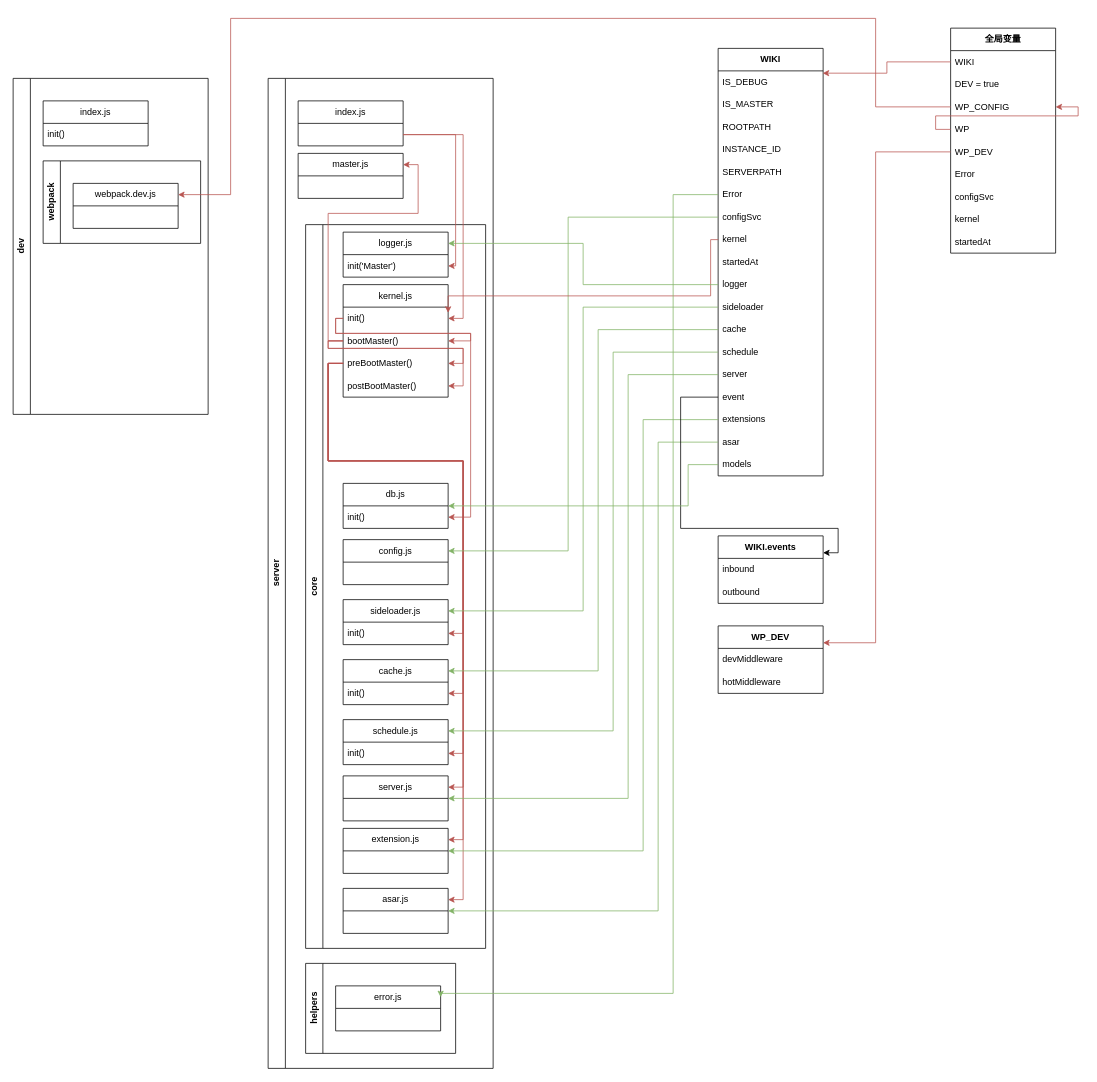
This is wiki.drawio from fzo-China/leranGit, a draw.io file, before an edit. Source tidied: cells renumbered, new cells numbered last; positions are measured from the earlier drawing's top-left corner, leaving out a move shared by most shapes. Both pictures are drawn from the tidied source at 75%, with x=0, y=0 at pixel (13, 18).
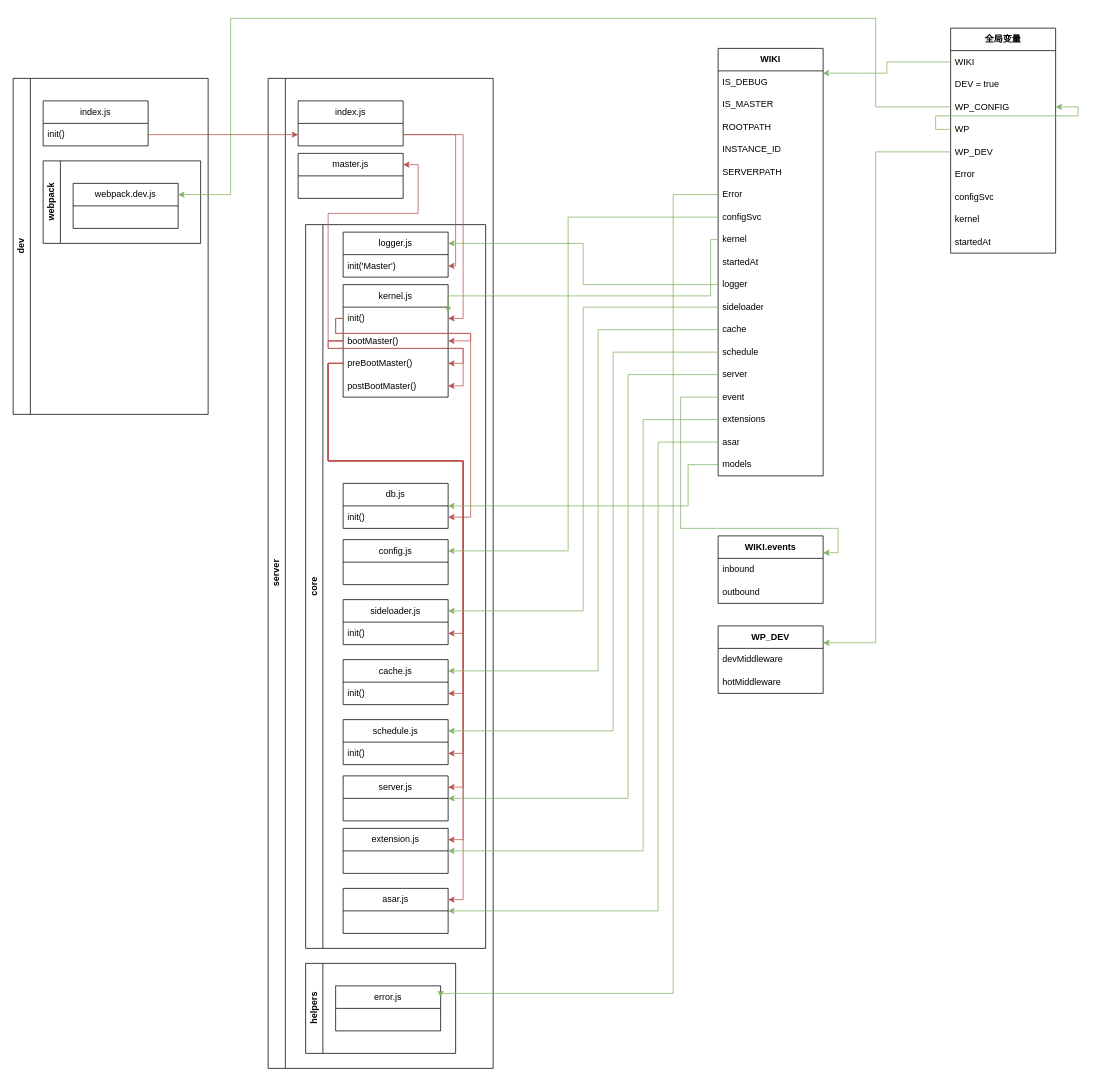
After the change.

Unchanged cells that the change refers to:
```xml
<mxCell id="4" value="init()" style="text;strokeColor=none;fillColor=none;align=left;verticalAlign=middle;spacingLeft=4;spacingRight=4;overflow=hidden;points=[[0,0.5],[1,0.5]];portConstraint=eastwest;whiteSpace=wrap;html=1;" parent="3" vertex="1">
  <mxGeometry y="30" width="140" height="30" as="geometry" />
</mxCell>
<mxCell id="6" value="webpack.dev.js" style="swimlane;fontStyle=0;horizontal=1;startSize=30;whiteSpace=wrap;html=1;" parent="5" vertex="1">
  <mxGeometry x="40" y="30" width="140" height="60" as="geometry" />
</mxCell>
<mxCell id="8" value="index.js" style="swimlane;fontStyle=0;horizontal=1;startSize=30;whiteSpace=wrap;html=1;" parent="7" vertex="1">
  <mxGeometry x="40" y="30" width="140" height="60" as="geometry" />
</mxCell>
<mxCell id="12" value="kernel.js" style="swimlane;fontStyle=0;horizontal=1;startSize=30;whiteSpace=wrap;html=1;" parent="9" vertex="1">
  <mxGeometry x="50" y="80" width="140" height="150" as="geometry" />
</mxCell>
<mxCell id="46" value="&lt;b style=&quot;text-align: left;&quot;&gt;WIKI&lt;/b&gt;" style="swimlane;fontStyle=0;horizontal=1;startSize=30;whiteSpace=wrap;html=1;" parent="1" vertex="1">
  <mxGeometry x="940" y="40" width="140" height="570" as="geometry" />
</mxCell>
<mxCell id="54" value="kernel" style="text;strokeColor=none;fillColor=none;align=left;verticalAlign=middle;spacingLeft=4;spacingRight=4;overflow=hidden;points=[[0,0.5],[1,0.5]];portConstraint=eastwest;whiteSpace=wrap;html=1;" parent="46" vertex="1">
  <mxGeometry y="240" width="140" height="30" as="geometry" />
</mxCell>
<mxCell id="61" value="event" style="text;strokeColor=none;fillColor=none;align=left;verticalAlign=middle;spacingLeft=4;spacingRight=4;overflow=hidden;points=[[0,0.5],[1,0.5]];portConstraint=eastwest;whiteSpace=wrap;html=1;" parent="46" vertex="1">
  <mxGeometry y="450" width="140" height="30" as="geometry" />
</mxCell>
<mxCell id="67" value="&lt;b style=&quot;text-align: left;&quot;&gt;全局变量&lt;/b&gt;" style="swimlane;fontStyle=0;horizontal=1;startSize=30;whiteSpace=wrap;html=1;" parent="1" vertex="1">
  <mxGeometry x="1250" y="13" width="140" height="300" as="geometry" />
</mxCell>
<mxCell id="68" value="WIKI" style="text;strokeColor=none;fillColor=none;align=left;verticalAlign=middle;spacingLeft=4;spacingRight=4;overflow=hidden;points=[[0,0.5],[1,0.5]];portConstraint=eastwest;whiteSpace=wrap;html=1;" parent="67" vertex="1">
  <mxGeometry y="30" width="140" height="30" as="geometry" />
</mxCell>
<mxCell id="70" value="WP_CONFIG" style="text;strokeColor=none;fillColor=none;align=left;verticalAlign=middle;spacingLeft=4;spacingRight=4;overflow=hidden;points=[[0,0.5],[1,0.5]];portConstraint=eastwest;whiteSpace=wrap;html=1;" parent="67" vertex="1">
  <mxGeometry y="90" width="140" height="30" as="geometry" />
</mxCell>
<mxCell id="72" value="WP" style="text;strokeColor=none;fillColor=none;align=left;verticalAlign=middle;spacingLeft=4;spacingRight=4;overflow=hidden;points=[[0,0.5],[1,0.5]];portConstraint=eastwest;whiteSpace=wrap;html=1;" parent="67" vertex="1">
  <mxGeometry y="120" width="140" height="30" as="geometry" />
</mxCell>
<mxCell id="73" value="WP_DEV" style="text;strokeColor=none;fillColor=none;align=left;verticalAlign=middle;spacingLeft=4;spacingRight=4;overflow=hidden;points=[[0,0.5],[1,0.5]];portConstraint=eastwest;whiteSpace=wrap;html=1;" parent="67" vertex="1">
  <mxGeometry y="150" width="140" height="30" as="geometry" />
</mxCell>
<mxCell id="81" value="&lt;b style=&quot;text-align: left;&quot;&gt;WP_DEV&lt;/b&gt;" style="swimlane;fontStyle=0;horizontal=1;startSize=30;whiteSpace=wrap;html=1;" parent="1" vertex="1">
  <mxGeometry x="940" y="810" width="140" height="90" as="geometry" />
</mxCell>
<mxCell id="92" value="&lt;div style=&quot;text-align: left;&quot;&gt;&lt;span style=&quot;background-color: initial;&quot;&gt;&lt;b&gt;WIKI.events&lt;/b&gt;&lt;/span&gt;&lt;/div&gt;" style="swimlane;fontStyle=0;horizontal=1;startSize=30;whiteSpace=wrap;html=1;" parent="1" vertex="1">
  <mxGeometry x="940" y="690" width="140" height="90" as="geometry" />
</mxCell>
```

What changed in the source:
```diff
@@
-    <mxCell id="66" style="edgeStyle=orthogonalEdgeStyle;rounded=0;jettySize=auto;html=1;exitX=0;exitY=0.5;exitDx=0;exitDy=0;entryX=1;entryY=0.25;entryDx=0;entryDy=0;fillColor=#f8cecc;strokeColor=#b85450;" parent="1" edge="1" source="54" target="12">
+    <mxCell id="66" style="edgeStyle=orthogonalEdgeStyle;rounded=0;jettySize=auto;html=1;exitX=0;exitY=0.5;exitDx=0;exitDy=0;entryX=1;entryY=0.25;entryDx=0;entryDy=0;fillColor=#d5e8d4;strokeColor=#82b366;" parent="1" edge="1" source="54" target="12">
       <mxGeometry relative="1" as="geometry">
         <Array as="points">
           <mxPoint x="930" y="295" />
           <mxPoint x="930" y="370" />
         </Array>
       </mxGeometry>
     </mxCell>
@@
-    <mxCell id="71" style="edgeStyle=orthogonalEdgeStyle;rounded=0;jettySize=auto;html=1;exitX=0;exitY=0.5;exitDx=0;exitDy=0;entryX=1;entryY=0.5;entryDx=0;entryDy=0;fillColor=#f8cecc;strokeColor=#b85450;" parent="67" edge="1" source="72" target="70">
+    <mxCell id="71" style="edgeStyle=orthogonalEdgeStyle;rounded=0;jettySize=auto;html=1;exitX=0;exitY=0.5;exitDx=0;exitDy=0;entryX=1;entryY=0.5;entryDx=0;entryDy=0;fillColor=#d5e8d4;strokeColor=#82b366;" parent="67" edge="1" source="72" target="70">
       <mxGeometry relative="1" as="geometry">
         <Array as="points">
           <mxPoint x="-20" y="135" />
           <mxPoint x="-20" y="117" />
           <mxPoint x="170" y="117" />
           <mxPoint x="170" y="105" />
         </Array>
       </mxGeometry>
     </mxCell>
@@
-    <mxCell id="78" style="edgeStyle=orthogonalEdgeStyle;rounded=0;jettySize=auto;html=1;exitX=0;exitY=0.5;exitDx=0;exitDy=0;entryX=0.996;entryY=0.058;entryDx=0;entryDy=0;entryPerimeter=0;fillColor=#f8cecc;strokeColor=#b85450;" parent="1" edge="1" source="68" target="46">
+    <mxCell id="78" style="edgeStyle=orthogonalEdgeStyle;rounded=0;jettySize=auto;html=1;exitX=0;exitY=0.5;exitDx=0;exitDy=0;entryX=0.996;entryY=0.058;entryDx=0;entryDy=0;entryPerimeter=0;fillColor=#d5e8d4;strokeColor=#82b366;" parent="1" edge="1" source="68" target="46">
       <mxGeometry relative="1" as="geometry" />
     </mxCell>
@@
-    <mxCell id="80" style="edgeStyle=orthogonalEdgeStyle;rounded=0;jettySize=auto;html=1;exitX=0;exitY=0.5;exitDx=0;exitDy=0;entryX=1;entryY=0.25;entryDx=0;entryDy=0;fillColor=#f8cecc;strokeColor=#b85450;" parent="1" edge="1" source="70" target="6">
+    <mxCell id="80" style="edgeStyle=orthogonalEdgeStyle;rounded=0;jettySize=auto;html=1;exitX=0;exitY=0.5;exitDx=0;exitDy=0;entryX=1;entryY=0.25;entryDx=0;entryDy=0;fillColor=#d5e8d4;strokeColor=#82b366;" parent="1" edge="1" source="70" target="6">
       <mxGeometry relative="1" as="geometry">
         <Array as="points">
           <mxPoint x="1150" y="118" />
           <mxPoint x="1150" />
           <mxPoint x="290" />
           <mxPoint x="290" y="235" />
         </Array>
       </mxGeometry>
     </mxCell>
@@
-    <mxCell id="84" style="edgeStyle=orthogonalEdgeStyle;rounded=0;jettySize=auto;html=1;exitX=0;exitY=0.5;exitDx=0;exitDy=0;entryX=1;entryY=0.25;entryDx=0;entryDy=0;fillColor=#f8cecc;strokeColor=#b85450;" parent="1" edge="1" source="73" target="81">
+    <mxCell id="84" style="edgeStyle=orthogonalEdgeStyle;rounded=0;jettySize=auto;html=1;exitX=0;exitY=0.5;exitDx=0;exitDy=0;entryX=1;entryY=0.25;entryDx=0;entryDy=0;fillColor=#d5e8d4;strokeColor=#82b366;" parent="1" edge="1" source="73" target="81">
       <mxGeometry relative="1" as="geometry">
         <Array as="points">
           <mxPoint x="1150" y="178" />
           <mxPoint x="1150" y="832" />
         </Array>
       </mxGeometry>
     </mxCell>
@@
-    <mxCell id="95" style="edgeStyle=orthogonalEdgeStyle;rounded=0;jettySize=auto;html=1;exitX=0;exitY=0.5;exitDx=0;exitDy=0;entryX=1;entryY=0.25;entryDx=0;entryDy=0;" parent="1" edge="1" source="61" target="92">
+    <mxCell id="95" style="edgeStyle=orthogonalEdgeStyle;rounded=0;jettySize=auto;html=1;exitX=0;exitY=0.5;exitDx=0;exitDy=0;entryX=1;entryY=0.25;entryDx=0;entryDy=0;fillColor=#d5e8d4;strokeColor=#82b366;" parent="1" edge="1" source="61" target="92">
       <mxGeometry relative="1" as="geometry">
         <Array as="points">
           <mxPoint x="890" y="505" />
           <mxPoint x="890" y="680" />
           <mxPoint x="1100" y="680" />
           <mxPoint x="1100" y="712" />
         </Array>
       </mxGeometry>
     </mxCell>
@@
+    <mxCell id="97" style="edgeStyle=orthogonalEdgeStyle;rounded=0;jettySize=auto;html=1;exitX=1;exitY=0.5;exitDx=0;exitDy=0;entryX=0;entryY=0.75;entryDx=0;entryDy=0;fillColor=#f8cecc;strokeColor=#b85450;" parent="1" edge="1" source="4" target="8">
+      <mxGeometry relative="1" as="geometry" />
+    </mxCell>
```
